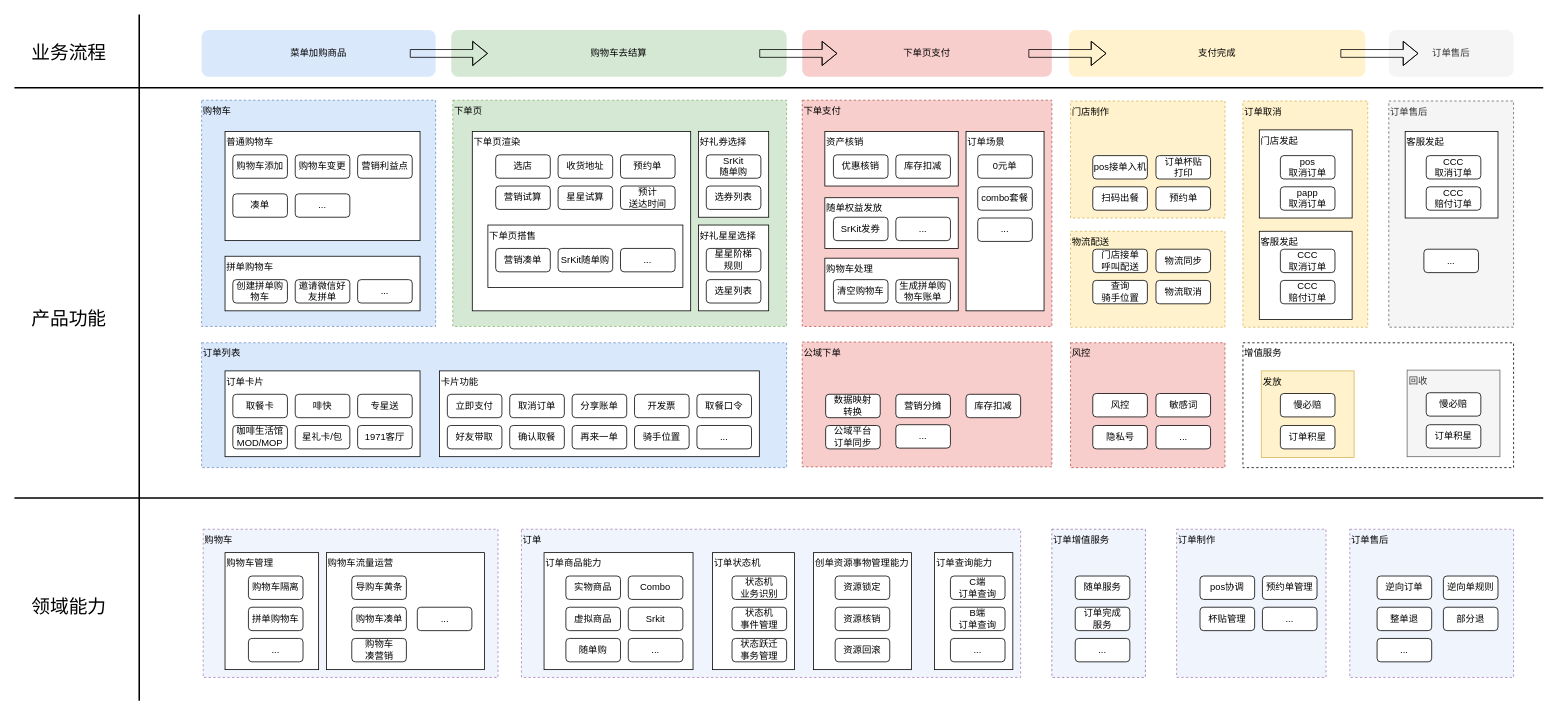
alexzhang2015/PC2.0 keeps this draw.io diagram as page "业务架构" (1 of 3) of OMS2.0业务架构.drawio. Above is the earlier version. Source tidied: cells renumbered, new cells numbered last; positions are measured from the earlier drawing's top-left corner, leaving out a move shared by most shapes. Both pictures are drawn from the tidied source at 78%, with x=0, y=0 at pixel (14, 14).
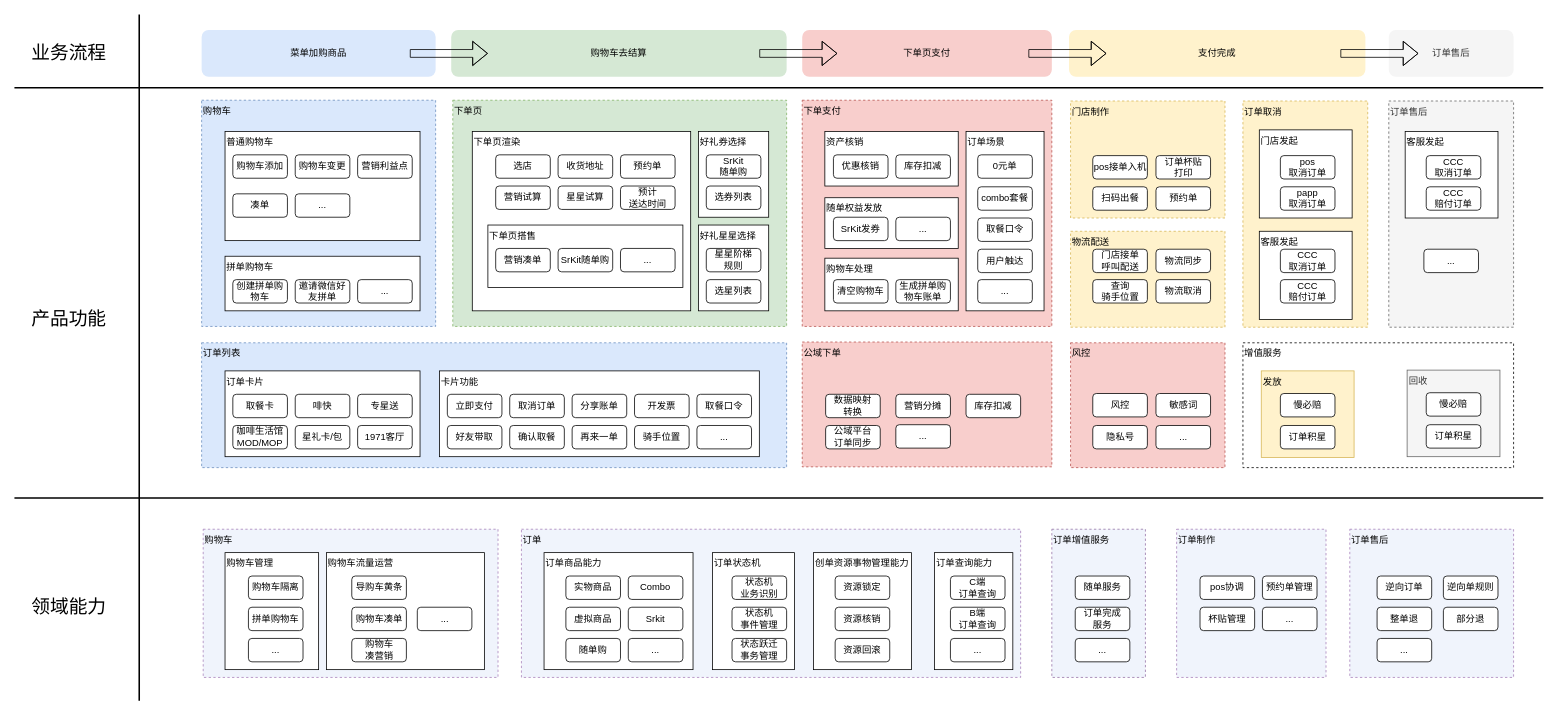
The same diagram, later.

Diff of the diagram source:
```diff
@@
     <mxCell id="70" value="CCC&lt;div&gt;赔付订单&lt;/div&gt;" style="rounded=1;whiteSpace=wrap;html=1;" parent="1" vertex="1">
-      <mxGeometry x="1623" y="341" width="70" height="30" as="geometry" />
+      <mxGeometry x="1623" y="340" width="70" height="30" as="geometry" />
     </mxCell>
@@
     <mxCell id="77" value="查询&lt;div&gt;骑手位置&lt;/div&gt;" style="rounded=1;whiteSpace=wrap;html=1;" parent="1" vertex="1">
-      <mxGeometry x="1382.5" y="341" width="70" height="30" as="geometry" />
+      <mxGeometry x="1382.5" y="340" width="70" height="30" as="geometry" />
     </mxCell>
@@
     <mxCell id="113" value="物流取消" style="rounded=1;whiteSpace=wrap;html=1;" parent="1" vertex="1">
-      <mxGeometry x="1463.5" y="341" width="70" height="30" as="geometry" />
+      <mxGeometry x="1463.5" y="340" width="70" height="30" as="geometry" />
     </mxCell>
@@
-    <mxCell id="115" value="..." style="rounded=1;whiteSpace=wrap;html=1;" parent="1" vertex="1">
+    <mxCell id="115" value="取餐口令" style="rounded=1;whiteSpace=wrap;html=1;" parent="1" vertex="1">
       <mxGeometry x="1235" y="261" width="70" height="30" as="geometry" />
     </mxCell>
@@
+    <mxCell id="164" value="用户触达" style="rounded=1;whiteSpace=wrap;html=1;" parent="1" vertex="1">
+      <mxGeometry x="1235" y="301" width="70" height="30" as="geometry" />
+    </mxCell>
+    <mxCell id="165" value="..." style="rounded=1;whiteSpace=wrap;html=1;" parent="1" vertex="1">
+      <mxGeometry x="1235" y="340" width="70" height="30" as="geometry" />
+    </mxCell>
```
